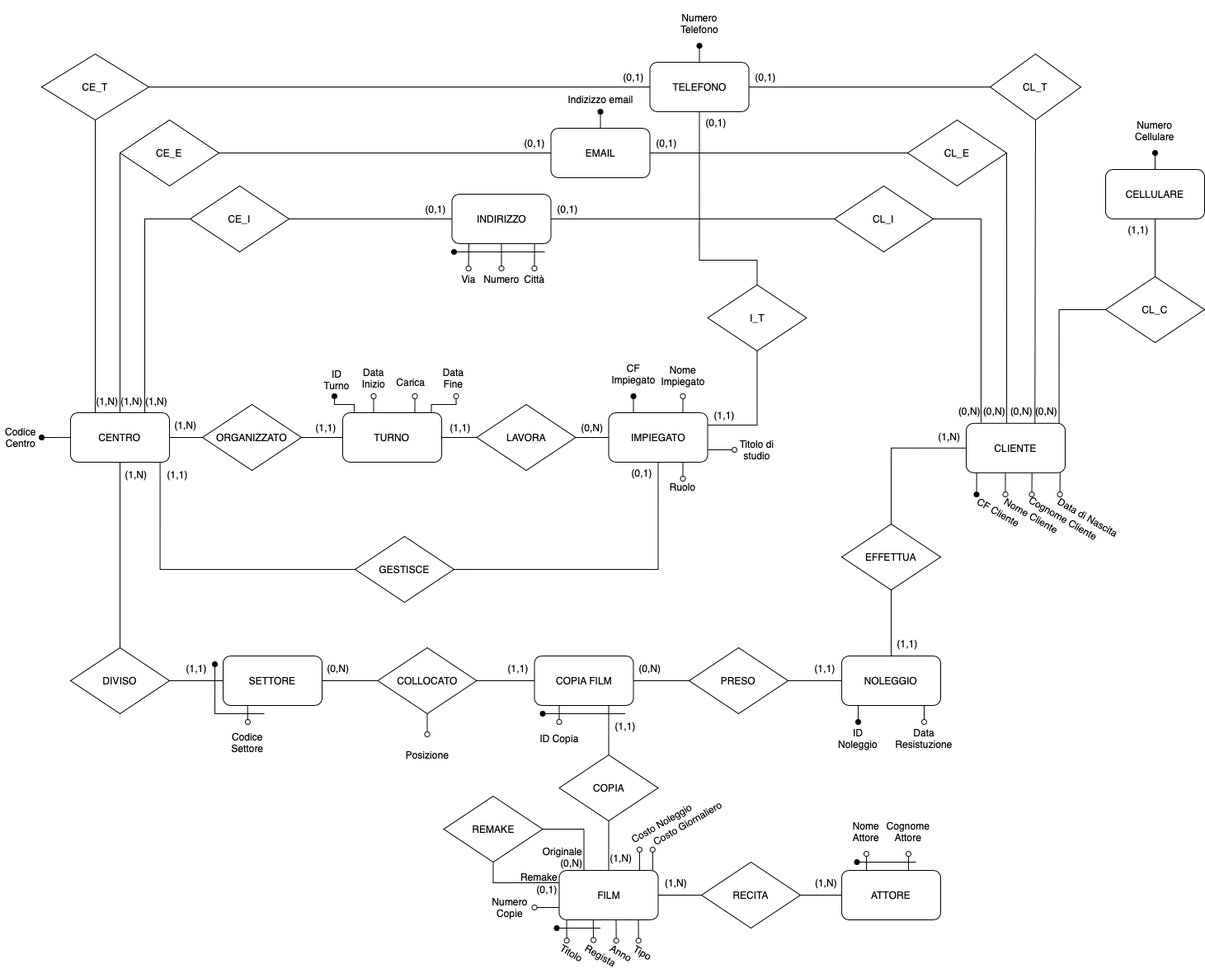
The draw.io diagram E-R Diagrams/E-R_Fin.png in pierpaolospaziani/BasiDiDati, before a commit. Source tidied: cells renumbered, new cells last; positions are measured from the earlier drawing's top-left corner, leaving out a move shared by most shapes.
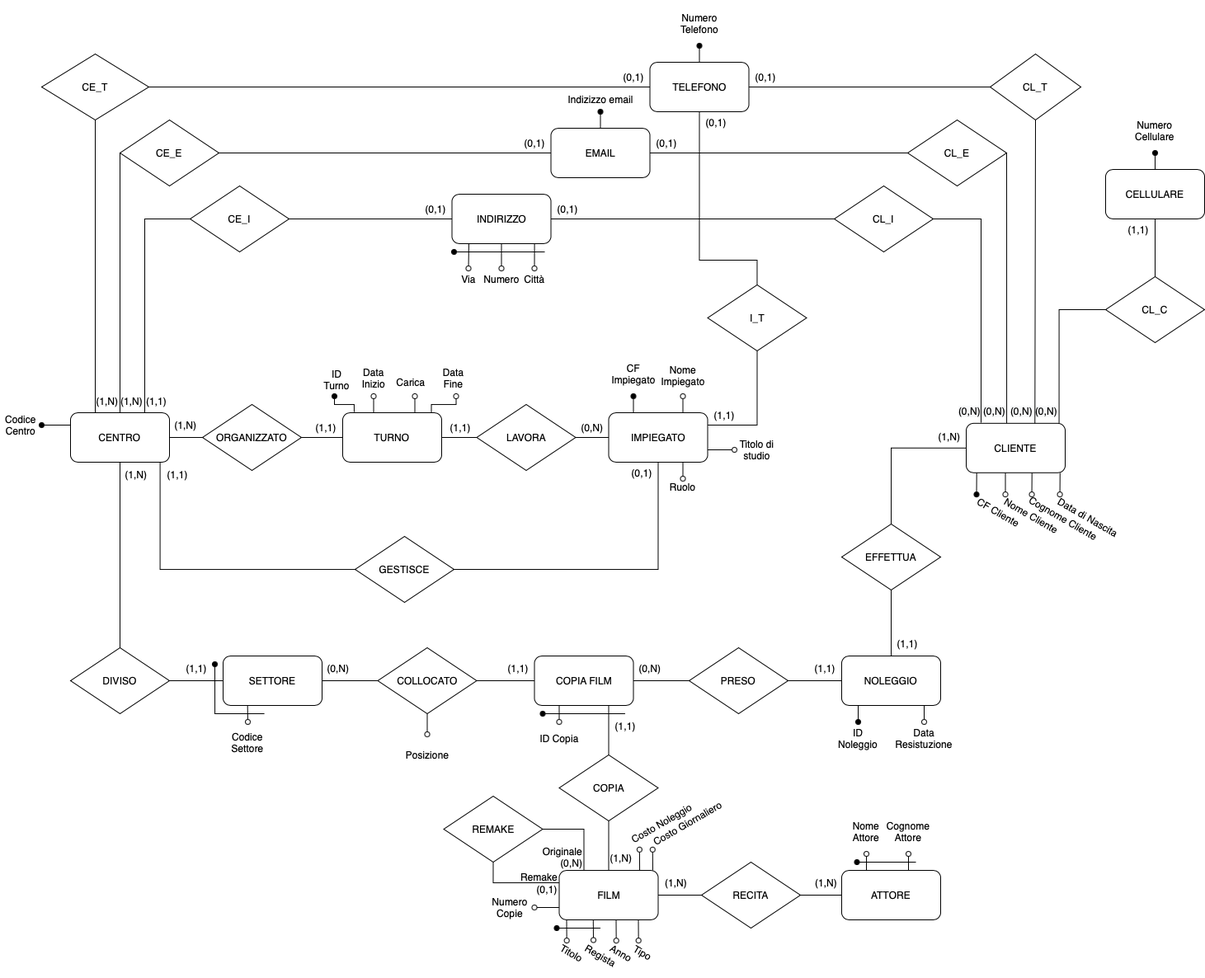
Later version of the same file.

What changed in the source:
```diff
@@ -390,13 +390,12 @@
       <mxGeometry x="85" y="500" width="120" height="60" as="geometry" />
     </mxCell>
     <mxCell id="110" value="Codice&lt;br&gt;Centro" style="text;html=1;strokeColor=none;fillColor=none;align=center;verticalAlign=middle;whiteSpace=wrap;rounded=0;" parent="1" vertex="1">
-      <mxGeometry y="510" width="50" height="40" as="geometry" />
+      <mxGeometry y="495" width="50" height="40" as="geometry" />
     </mxCell>
-    <mxCell id="111" style="edgeStyle=orthogonalEdgeStyle;rounded=0;jettySize=auto;html=1;startArrow=oval;startFill=1;endArrow=none;endFill=0;entryX=0;entryY=0.5;entryDx=0;entryDy=0;exitX=1;exitY=0.5;exitDx=0;exitDy=0;" parent="1" edge="1" source="110" target="109">
+    <mxCell id="111" style="edgeStyle=orthogonalEdgeStyle;rounded=0;jettySize=auto;html=1;startArrow=oval;startFill=1;endArrow=none;endFill=0;entryX=0;entryY=0.25;entryDx=0;entryDy=0;exitX=1;exitY=0.5;exitDx=0;exitDy=0;" parent="1" edge="1" source="110" target="109">
       <mxGeometry x="830" y="465" as="geometry">
         <Array as="points">
-          <mxPoint x="80" y="530" />
-          <mxPoint x="80" y="530" />
+          <mxPoint x="50" y="515" />
         </Array>
       </mxGeometry>
     </mxCell>
@@ -542,7 +541,7 @@
     <mxCell id="149" value="Via" style="text;html=1;strokeColor=none;fillColor=none;align=center;verticalAlign=middle;whiteSpace=wrap;rounded=0;labelPosition=center;verticalLabelPosition=middle;rotation=0;direction=east;" parent="1" vertex="1">
       <mxGeometry x="537.5" y="325" width="60" height="25" as="geometry" />
     </mxCell>
-    <mxCell id="150" value="(1,N)" style="text;html=1;strokeColor=none;fillColor=none;align=center;verticalAlign=middle;whiteSpace=wrap;rounded=0;" parent="1" vertex="1">
+    <mxCell id="150" value="(1,1)" style="text;html=1;strokeColor=none;fillColor=none;align=center;verticalAlign=middle;whiteSpace=wrap;rounded=0;" parent="1" vertex="1">
       <mxGeometry x="177.5" y="472.2" width="22.5" height="27.8" as="geometry" />
     </mxCell>
     <mxCell id="151" value="(1,N)" style="text;html=1;strokeColor=none;fillColor=none;align=center;verticalAlign=middle;whiteSpace=wrap;rounded=0;" parent="1" vertex="1">
```
